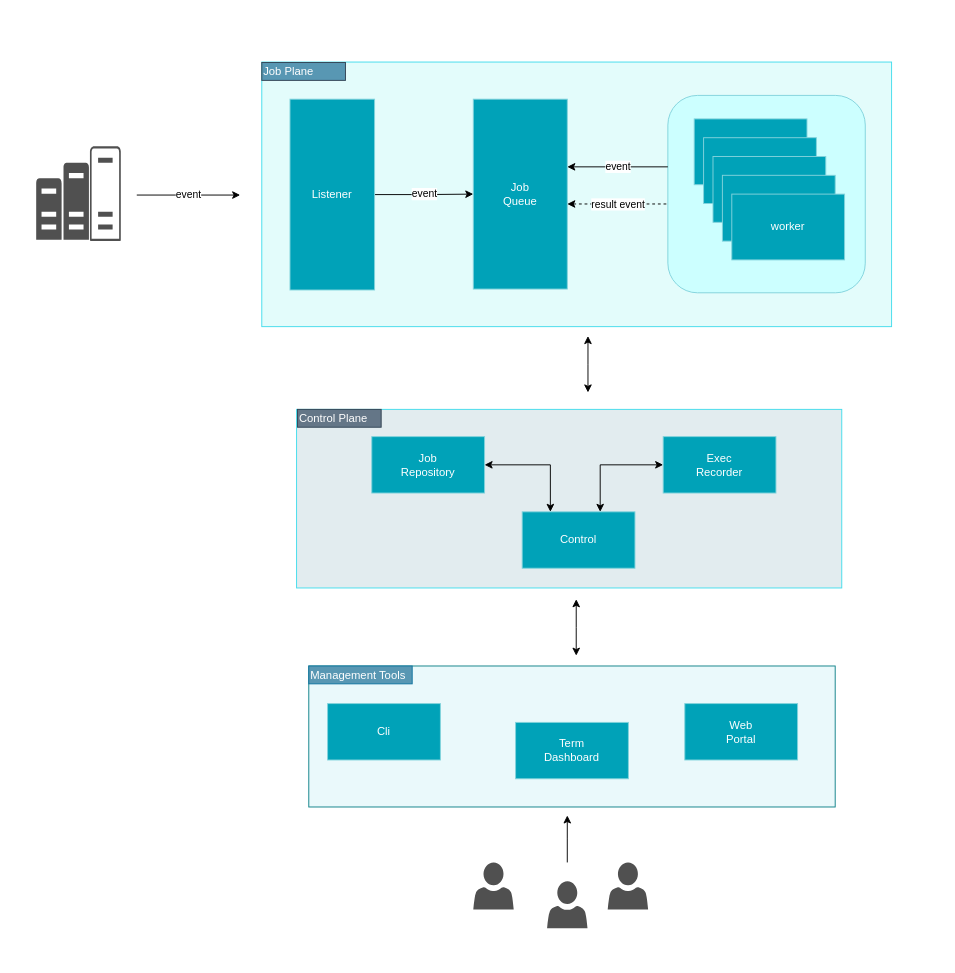
Earlier version of the draw.io diagram docs/Jobico.drawio (andrescosta/jobico-fn). Source tidied: cells renumbered, new cells numbered last; positions are measured from the earlier drawing's top-left corner, leaving out a move shared by most shapes. Both pictures are drawn from the tidied source at 94%, with x=0, y=0 at pixel (36, 61).
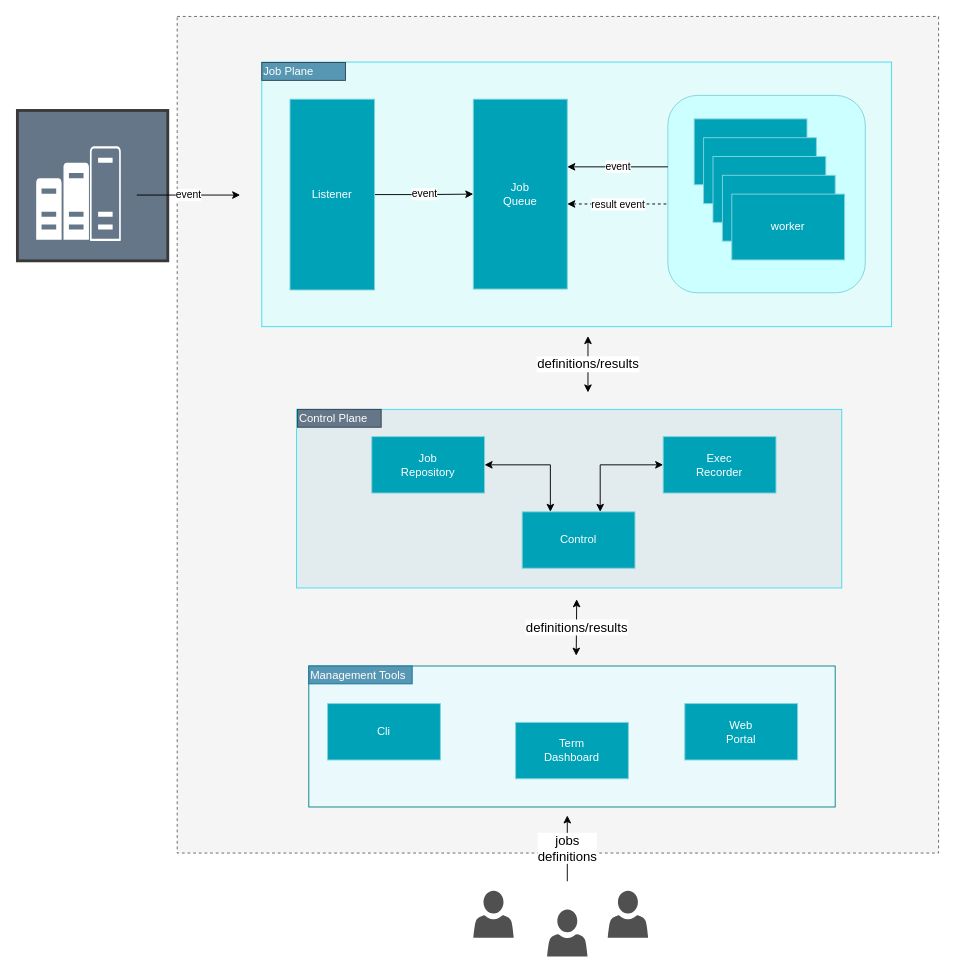
The same page after the edit.

The edit, as a diff of the source:
```diff
@@
+    <mxCell id="35" style="rounded=0;whiteSpace=wrap;html=1;strokeColor=#383838;strokeWidth=3;fillColor=#647687;fontColor=#ffffff;" parent="1" vertex="1">
+      <mxGeometry x="-20" y="52" width="160" height="160" as="geometry" />
+    </mxCell>
+    <mxCell id="36" style="rounded=0;whiteSpace=wrap;html=1;dashed=1;fillColor=#f5f5f5;fontColor=#333333;strokeColor=#666666;" parent="1" vertex="1">
+      <mxGeometry x="150" y="-48" width="810" height="890" as="geometry" />
+    </mxCell>
@@
-    <mxCell id="24" style="edgeStyle=elbowEdgeStyle;rounded=0;elbow=horizontal;html=1;labelBackgroundColor=#ffffff;startArrow=classic;startFill=1;startSize=6;endArrow=classic;endFill=1;endSize=6;jettySize=auto;orthogonalLoop=1;strokeWidth=1;fontSize=14;" parent="1" edge="1">
+    <mxCell id="24" value="definitions/results" style="edgeStyle=elbowEdgeStyle;rounded=0;elbow=horizontal;html=1;labelBackgroundColor=#ffffff;startArrow=classic;startFill=1;startSize=6;endArrow=classic;endFill=1;endSize=6;jettySize=auto;orthogonalLoop=1;strokeWidth=1;fontSize=14;" parent="1" edge="1">
       <mxGeometry relative="1" as="geometry">
         <mxPoint x="587" y="352" as="sourcePoint" />
         <mxPoint x="587" y="292" as="targetPoint" />
       </mxGeometry>
     </mxCell>
@@
-    <mxCell id="26" style="edgeStyle=elbowEdgeStyle;rounded=0;elbow=vertical;html=1;labelBackgroundColor=#ffffff;startArrow=classic;startFill=1;startSize=6;endArrow=classic;endFill=1;endSize=6;jettySize=auto;orthogonalLoop=1;strokeWidth=1;fontSize=14;" parent="1" edge="1">
+    <mxCell id="26" value="definitions/results" style="edgeStyle=elbowEdgeStyle;rounded=0;elbow=horizontal;html=1;labelBackgroundColor=#ffffff;startArrow=classic;startFill=1;startSize=6;endArrow=classic;endFill=1;endSize=6;jettySize=auto;orthogonalLoop=1;strokeWidth=1;fontSize=14;" parent="1" edge="1">
       <mxGeometry relative="1" as="geometry">
         <mxPoint x="574.5" y="632" as="sourcePoint" />
         <mxPoint x="574.5" y="572" as="targetPoint" />
       </mxGeometry>
     </mxCell>
@@
-    <mxCell id="29" style="sketch=0;shadow=0;dashed=0;html=1;strokeColor=none;labelPosition=center;verticalLabelPosition=bottom;verticalAlign=top;align=center;fillColor=#505050;shape=mxgraph.mscae.oms.capacity;" parent="1" vertex="1">
+    <mxCell id="29" style="sketch=0;shadow=0;dashed=0;html=1;strokeColor=none;labelPosition=center;verticalLabelPosition=bottom;verticalAlign=top;align=center;fillColor=#FFFFFF;shape=mxgraph.mscae.oms.capacity;" parent="1" vertex="1">
       <mxGeometry y="90" width="90" height="101" as="geometry" />
     </mxCell>
     <mxCell id="30" style="sketch=0;shadow=0;dashed=0;html=1;strokeColor=none;labelPosition=center;verticalLabelPosition=bottom;verticalAlign=top;align=center;fillColor=#505050;shape=mxgraph.mscae.intune.account_portal;" parent="1" vertex="1">
-      <mxGeometry x="543.5" y="872" width="43" height="50" as="geometry" />
+      <mxGeometry x="543.5" y="902" width="43" height="50" as="geometry" />
     </mxCell>
     <mxCell id="31" style="sketch=0;shadow=0;dashed=0;html=1;strokeColor=none;labelPosition=center;verticalLabelPosition=bottom;verticalAlign=top;align=center;fillColor=#505050;shape=mxgraph.mscae.intune.account_portal;" parent="1" vertex="1">
-      <mxGeometry x="608" y="852" width="43" height="50" as="geometry" />
+      <mxGeometry x="608" y="882" width="43" height="50" as="geometry" />
     </mxCell>
     <mxCell id="32" style="sketch=0;shadow=0;dashed=0;html=1;strokeColor=none;labelPosition=center;verticalLabelPosition=bottom;verticalAlign=top;align=center;fillColor=#505050;shape=mxgraph.mscae.intune.account_portal;" parent="1" vertex="1">
-      <mxGeometry x="465" y="852" width="43" height="50" as="geometry" />
+      <mxGeometry x="465" y="882" width="43" height="50" as="geometry" />
     </mxCell>
-    <mxCell id="33" style="edgeStyle=elbowEdgeStyle;rounded=0;elbow=vertical;html=1;labelBackgroundColor=#ffffff;startArrow=none;startFill=0;startSize=6;endArrow=classic;endFill=1;endSize=6;jettySize=auto;orthogonalLoop=1;strokeWidth=1;fontSize=14;" parent="1" edge="1">
+    <mxCell id="33" value="jobs &lt;br&gt;definitions" style="edgeStyle=elbowEdgeStyle;rounded=0;elbow=vertical;html=1;labelBackgroundColor=#ffffff;startArrow=none;startFill=0;startSize=6;endArrow=classic;endFill=1;endSize=6;jettySize=auto;orthogonalLoop=1;strokeWidth=1;fontSize=14;" parent="1" edge="1">
       <mxGeometry relative="1" as="geometry">
-        <mxPoint x="565" y="852" as="sourcePoint" />
+        <mxPoint x="565" y="872" as="sourcePoint" />
         <mxPoint x="565" y="802" as="targetPoint" />
       </mxGeometry>
     </mxCell>
```
